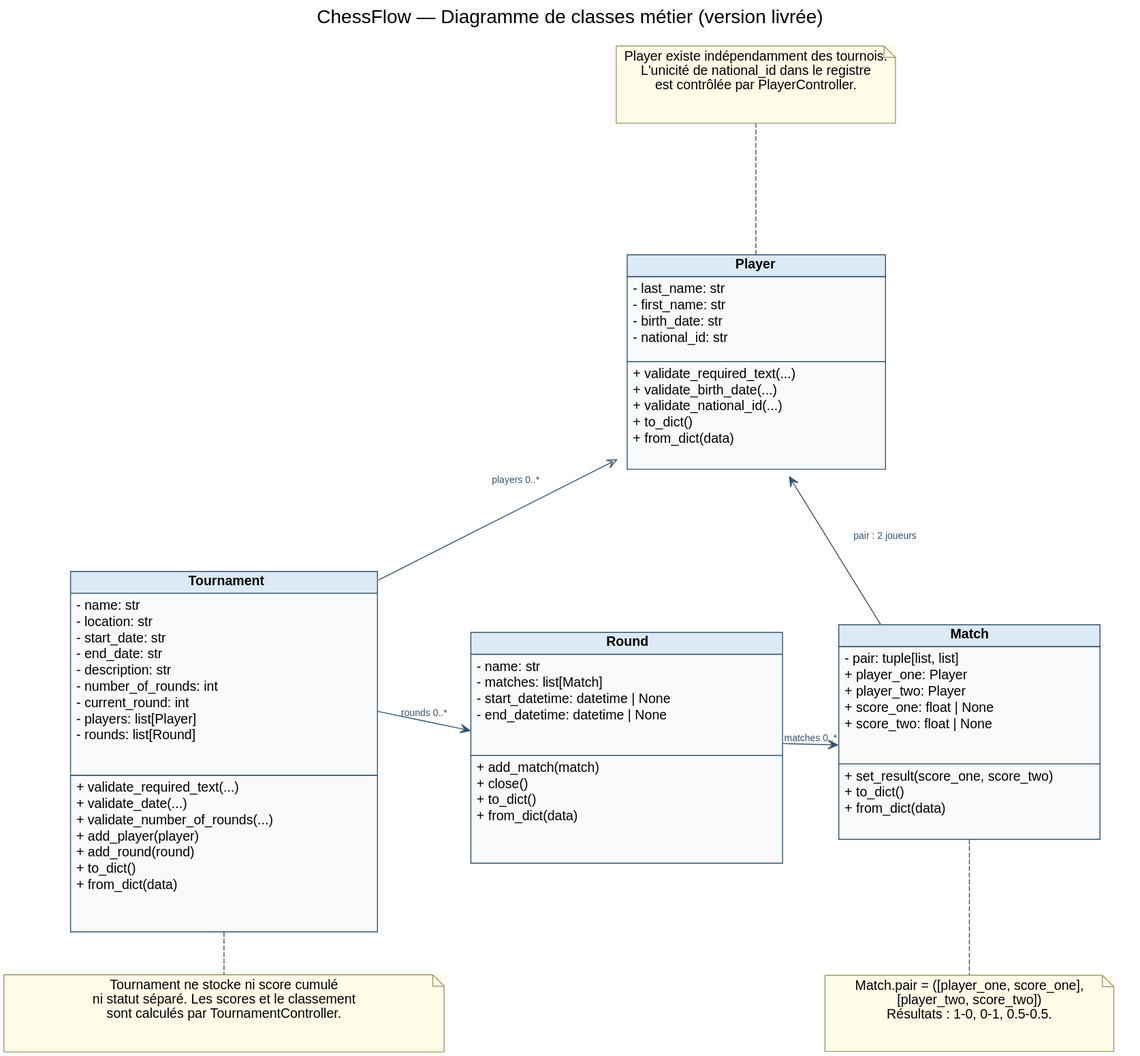
Above: documentation/03-conception/diagrammes/exports/classes-metier-chessflow.svg in fabienhummel/OC-PY04-chessflow (PlantUML), before the change. Its source is kept beside it as documentation/03-conception/diagrammes/sources/classes-metier-chessflow.puml.
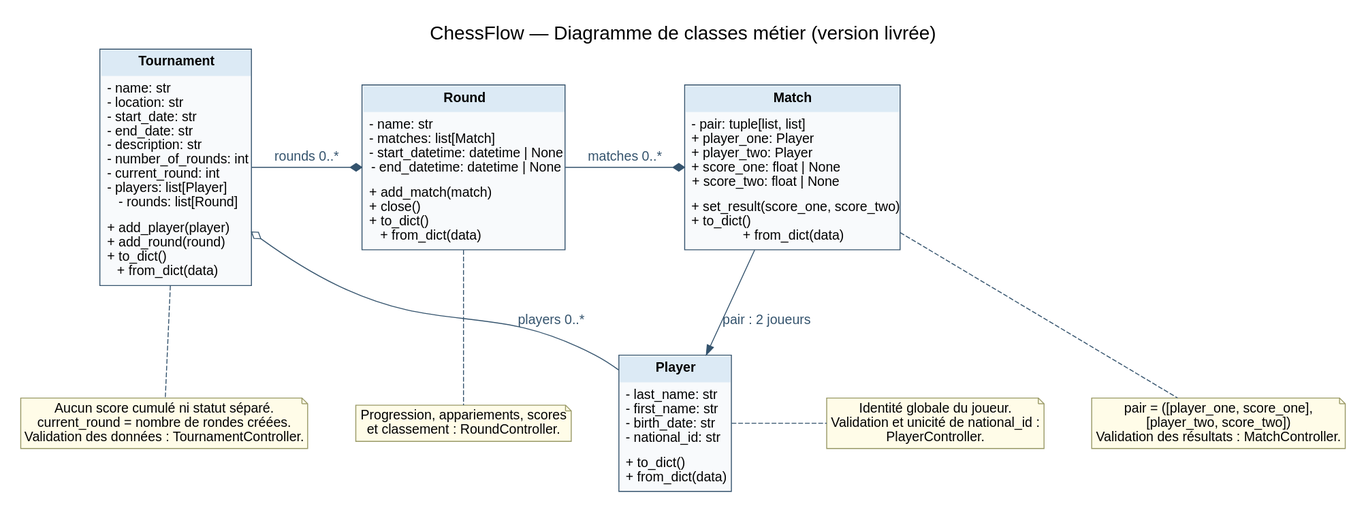
After the change.

Commit message:
docs: align documentation with simplified architecture

Change to the diagram source:
```diff
@@ -18,9 +18,6 @@
   - first_name: str
   - birth_date: str
   - national_id: str
-  + validate_required_text(value, field_name)
-  + validate_birth_date(birth_date)
-  + validate_national_id(national_id)
   + to_dict()
   + from_dict(data)
 }
@@ -35,9 +32,6 @@
   - current_round: int
   - players: list[Player]
   - rounds: list[Round]
-  + validate_required_text(value, field_name)
-  + validate_date(value, field_name)
-  + validate_number_of_rounds(number_of_rounds)
   + add_player(player)
   + add_round(round)
   + to_dict()
@@ -73,14 +67,19 @@
 
 note right of Player
   Identité globale du joueur.
-  L'unicité de national_id dans le
-  registre est contrôlée par PlayerController.
+  Validation et unicité de national_id :
+  PlayerController.
 end note
 
 note right of Tournament
   Aucun score cumulé ni statut séparé.
   current_round = nombre de rondes créées.
-  Les scores sont calculés par le contrôleur.
+  Validation des données : TournamentController.
+end note
+
+note right of Round
+  Progression, appariements, scores et classement :
+  RoundController.
 end note
 
 note bottom of Match
@@ -90,8 +89,7 @@
     [player_two, score_two]
   )
 
-  Résultats autorisés :
-  1-0, 0-1 ou 0.5-0.5.
+  Validation des résultats : MatchController.
 end note
 
 legend bottom left
```
